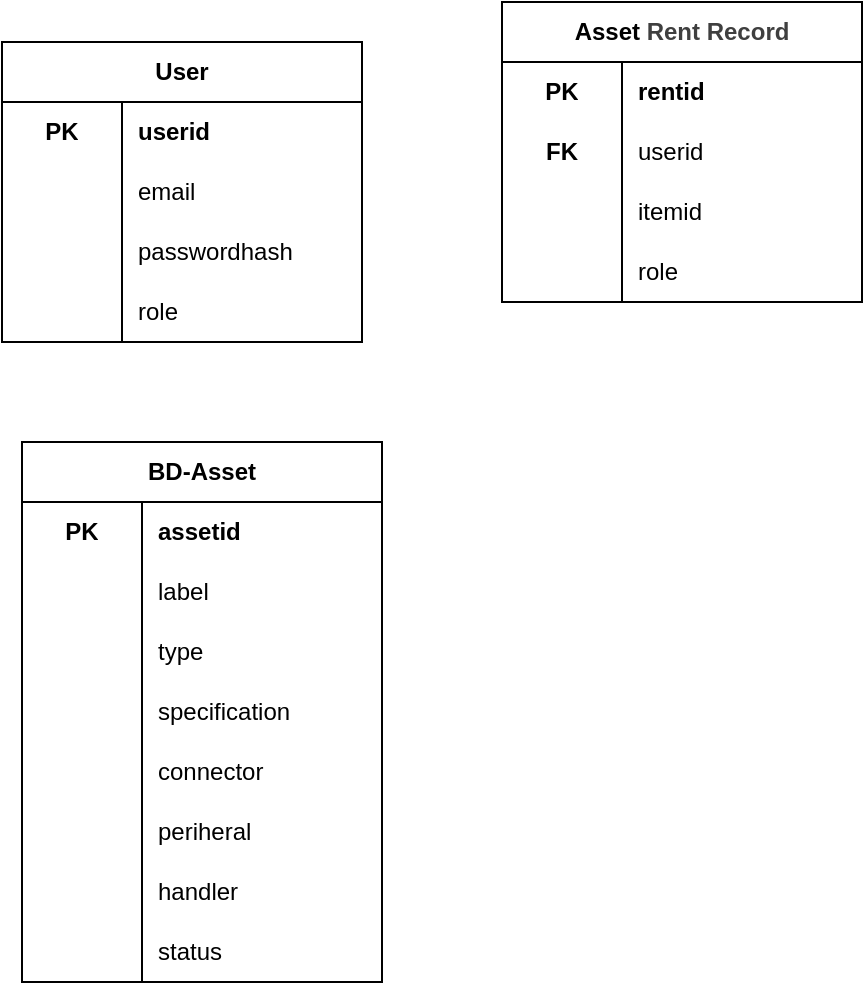
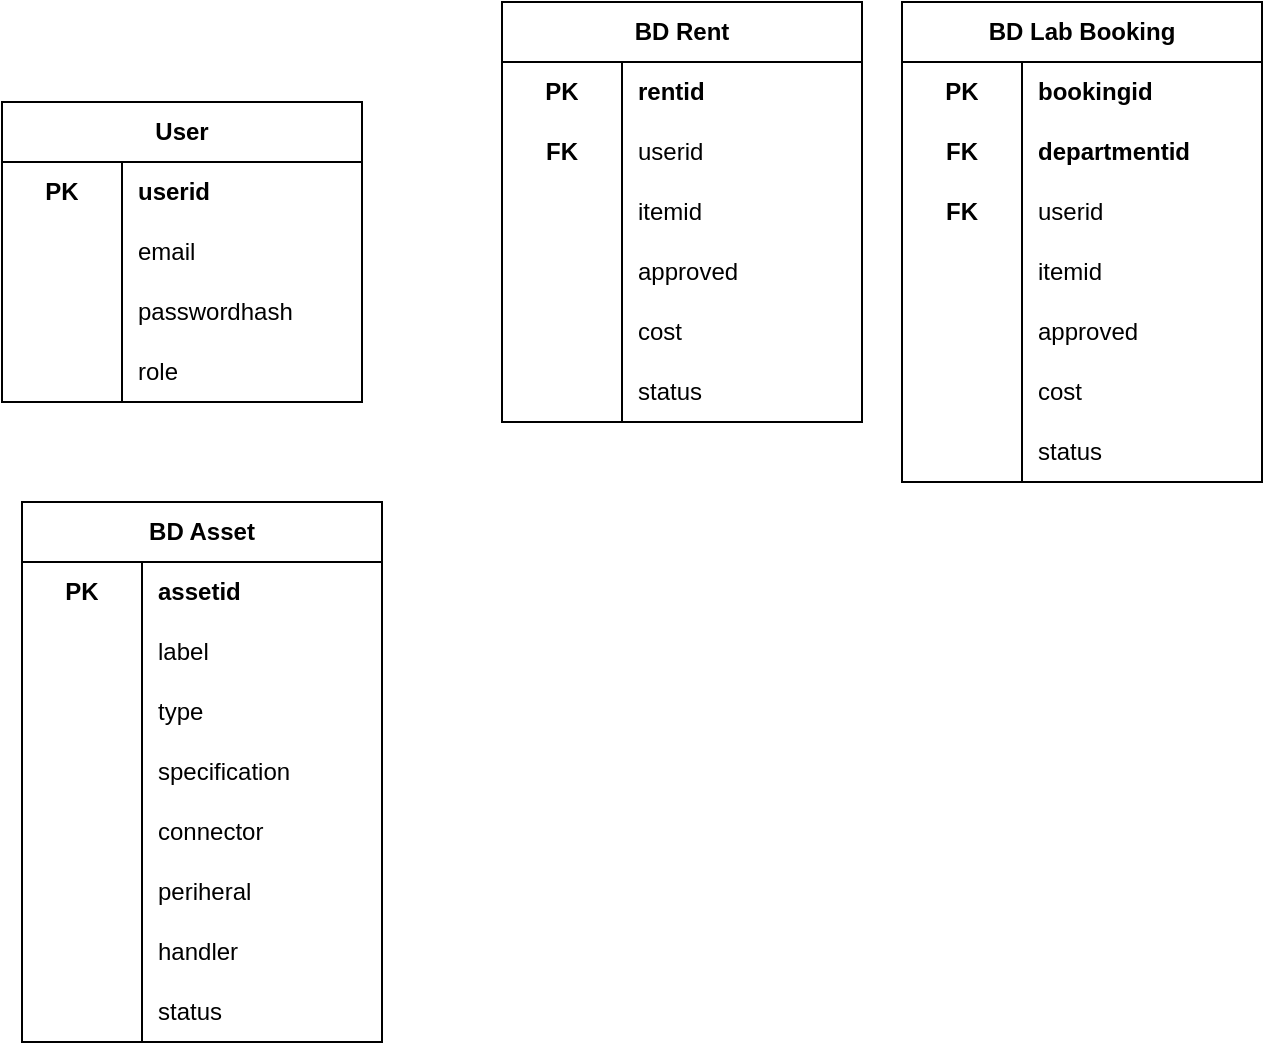
<mxfile host="65bd71144e">
    <diagram id="99jGwjI2mK34O7oxaWJw" name="Page-1">
        <mxGraphModel dx="722" dy="547" grid="1" gridSize="10" guides="1" tooltips="1" connect="1" arrows="1" fold="1" page="1" pageScale="1" pageWidth="827" pageHeight="1169" math="0" shadow="0">
            <root>
                <mxCell id="0"/>
                <mxCell id="1" parent="0"/>
                <mxCell id="18" value="User" style="shape=table;startSize=30;container=1;collapsible=1;childLayout=tableLayout;fixedRows=1;rowLines=0;fontStyle=1;align=center;resizeLast=1;html=1;whiteSpace=wrap;" parent="1" vertex="1">
                    <mxGeometry x="120" y="200" width="180" height="150" as="geometry"/>
                </mxCell>
                <mxCell id="19" value="" style="shape=tableRow;horizontal=0;startSize=0;swimlaneHead=0;swimlaneBody=0;fillColor=none;collapsible=0;dropTarget=0;points=[[0,0.5],[1,0.5]];portConstraint=eastwest;top=0;left=0;right=0;bottom=0;html=1;labelBackgroundColor=none;labelBorderColor=none;swimlaneFillColor=none;" parent="18" vertex="1">
                    <mxGeometry y="30" width="180" height="30" as="geometry"/>
                </mxCell>
                <mxCell id="20" value="PK" style="shape=partialRectangle;connectable=0;fillColor=none;top=0;left=0;bottom=0;right=0;fontStyle=1;overflow=hidden;html=1;whiteSpace=wrap;labelBackgroundColor=none;labelBorderColor=none;swimlaneFillColor=none;" parent="19" vertex="1">
                    <mxGeometry width="60" height="30" as="geometry">
                        <mxRectangle width="60" height="30" as="alternateBounds"/>
                    </mxGeometry>
                </mxCell>
                <mxCell id="21" value="userid" style="shape=partialRectangle;connectable=0;fillColor=none;top=0;left=0;bottom=0;right=0;align=left;spacingLeft=6;fontStyle=1;overflow=hidden;html=1;whiteSpace=wrap;labelBackgroundColor=none;labelBorderColor=none;swimlaneFillColor=none;" parent="19" vertex="1">
                    <mxGeometry x="60" width="120" height="30" as="geometry">
                        <mxRectangle width="120" height="30" as="alternateBounds"/>
                    </mxGeometry>
                </mxCell>
                <mxCell id="22" value="" style="shape=tableRow;horizontal=0;startSize=0;swimlaneHead=0;swimlaneBody=0;fillColor=none;collapsible=0;dropTarget=0;points=[[0,0.5],[1,0.5]];portConstraint=eastwest;top=0;left=0;right=0;bottom=0;html=1;labelBackgroundColor=none;labelBorderColor=none;swimlaneFillColor=none;" parent="18" vertex="1">
                    <mxGeometry y="60" width="180" height="30" as="geometry"/>
                </mxCell>
                <mxCell id="23" value="" style="shape=partialRectangle;connectable=0;fillColor=none;top=0;left=0;bottom=0;right=0;fontStyle=1;overflow=hidden;html=1;whiteSpace=wrap;strokeWidth=1;shadow=0;strokeColor=default;perimeterSpacing=0;labelBackgroundColor=none;labelBorderColor=none;swimlaneFillColor=none;" parent="22" vertex="1">
                    <mxGeometry width="60" height="30" as="geometry">
                        <mxRectangle width="60" height="30" as="alternateBounds"/>
                    </mxGeometry>
                </mxCell>
                <mxCell id="24" value="email" style="shape=partialRectangle;connectable=0;fillColor=none;top=0;left=0;bottom=0;right=0;align=left;spacingLeft=6;fontStyle=0;overflow=hidden;html=1;whiteSpace=wrap;strokeWidth=1;shadow=0;perimeterSpacing=0;labelBackgroundColor=none;labelBorderColor=none;swimlaneFillColor=none;" parent="22" vertex="1">
                    <mxGeometry x="60" width="120" height="30" as="geometry">
                        <mxRectangle width="120" height="30" as="alternateBounds"/>
                    </mxGeometry>
                </mxCell>
                <mxCell id="25" value="" style="shape=tableRow;horizontal=0;startSize=0;swimlaneHead=0;swimlaneBody=0;fillColor=none;collapsible=0;dropTarget=0;points=[[0,0.5],[1,0.5]];portConstraint=eastwest;top=0;left=0;right=0;bottom=0;html=1;labelBackgroundColor=none;labelBorderColor=none;swimlaneFillColor=none;" parent="18" vertex="1">
                    <mxGeometry y="90" width="180" height="30" as="geometry"/>
                </mxCell>
                <mxCell id="26" value="" style="shape=partialRectangle;connectable=0;fillColor=none;top=0;left=0;bottom=0;right=0;editable=1;overflow=hidden;html=1;whiteSpace=wrap;labelBackgroundColor=none;labelBorderColor=none;swimlaneFillColor=none;" parent="25" vertex="1">
                    <mxGeometry width="60" height="30" as="geometry">
                        <mxRectangle width="60" height="30" as="alternateBounds"/>
                    </mxGeometry>
                </mxCell>
                <mxCell id="27" value="passwordhash" style="shape=partialRectangle;connectable=0;fillColor=none;top=0;left=0;bottom=0;right=0;align=left;spacingLeft=6;overflow=hidden;html=1;whiteSpace=wrap;labelBackgroundColor=none;labelBorderColor=none;swimlaneFillColor=none;" parent="25" vertex="1">
                    <mxGeometry x="60" width="120" height="30" as="geometry">
                        <mxRectangle width="120" height="30" as="alternateBounds"/>
                    </mxGeometry>
                </mxCell>
                <mxCell id="28" value="" style="shape=tableRow;horizontal=0;startSize=0;swimlaneHead=0;swimlaneBody=0;fillColor=none;collapsible=0;dropTarget=0;points=[[0,0.5],[1,0.5]];portConstraint=eastwest;top=0;left=0;right=0;bottom=0;html=1;labelBackgroundColor=none;labelBorderColor=none;swimlaneFillColor=none;" parent="18" vertex="1">
                    <mxGeometry y="120" width="180" height="30" as="geometry"/>
                </mxCell>
                <mxCell id="29" value="" style="shape=partialRectangle;connectable=0;fillColor=none;top=0;left=0;bottom=0;right=0;editable=1;overflow=hidden;html=1;whiteSpace=wrap;labelBackgroundColor=none;labelBorderColor=none;swimlaneFillColor=none;" parent="28" vertex="1">
                    <mxGeometry width="60" height="30" as="geometry">
                        <mxRectangle width="60" height="30" as="alternateBounds"/>
                    </mxGeometry>
                </mxCell>
                <mxCell id="30" value="role" style="shape=partialRectangle;connectable=0;fillColor=none;top=0;left=0;bottom=0;right=0;align=left;spacingLeft=6;overflow=hidden;html=1;whiteSpace=wrap;labelBackgroundColor=none;labelBorderColor=none;swimlaneFillColor=none;" parent="28" vertex="1">
                    <mxGeometry x="60" width="120" height="30" as="geometry">
                        <mxRectangle width="120" height="30" as="alternateBounds"/>
                    </mxGeometry>
                </mxCell>
-                 <mxCell id="34" value="BD-Asset" style="shape=table;startSize=30;container=1;collapsible=1;childLayout=tableLayout;fixedRows=1;rowLines=0;fontStyle=1;align=center;resizeLast=1;html=1;whiteSpace=wrap;" parent="1" vertex="1">
+                 <mxCell id="34" value="BD Asset" style="shape=table;startSize=30;container=1;collapsible=1;childLayout=tableLayout;fixedRows=1;rowLines=0;fontStyle=1;align=center;resizeLast=1;html=1;whiteSpace=wrap;" parent="1" vertex="1">
                    <mxGeometry x="130" y="400" width="180" height="270" as="geometry"/>
                </mxCell>
                <mxCell id="35" value="" style="shape=tableRow;horizontal=0;startSize=0;swimlaneHead=0;swimlaneBody=0;fillColor=none;collapsible=0;dropTarget=0;points=[[0,0.5],[1,0.5]];portConstraint=eastwest;top=0;left=0;right=0;bottom=0;html=1;labelBackgroundColor=none;labelBorderColor=none;swimlaneFillColor=none;" parent="34" vertex="1">
                    <mxGeometry y="30" width="180" height="30" as="geometry"/>
                </mxCell>
                <mxCell id="36" value="PK" style="shape=partialRectangle;connectable=0;fillColor=none;top=0;left=0;bottom=0;right=0;fontStyle=1;overflow=hidden;html=1;whiteSpace=wrap;labelBackgroundColor=none;labelBorderColor=none;swimlaneFillColor=none;" parent="35" vertex="1">
                    <mxGeometry width="60" height="30" as="geometry">
                        <mxRectangle width="60" height="30" as="alternateBounds"/>
                    </mxGeometry>
                </mxCell>
                <mxCell id="37" value="assetid" style="shape=partialRectangle;connectable=0;fillColor=none;top=0;left=0;bottom=0;right=0;align=left;spacingLeft=6;fontStyle=1;overflow=hidden;html=1;whiteSpace=wrap;labelBackgroundColor=none;labelBorderColor=none;swimlaneFillColor=none;" parent="35" vertex="1">
                    <mxGeometry x="60" width="120" height="30" as="geometry">
                        <mxRectangle width="120" height="30" as="alternateBounds"/>
                    </mxGeometry>
                </mxCell>
                <mxCell id="38" value="" style="shape=tableRow;horizontal=0;startSize=0;swimlaneHead=0;swimlaneBody=0;fillColor=none;collapsible=0;dropTarget=0;points=[[0,0.5],[1,0.5]];portConstraint=eastwest;top=0;left=0;right=0;bottom=0;html=1;labelBackgroundColor=none;labelBorderColor=none;swimlaneFillColor=none;" parent="34" vertex="1">
                    <mxGeometry y="60" width="180" height="30" as="geometry"/>
                </mxCell>
                <mxCell id="39" value="" style="shape=partialRectangle;connectable=0;fillColor=none;top=0;left=0;bottom=0;right=0;fontStyle=1;overflow=hidden;html=1;whiteSpace=wrap;strokeWidth=1;shadow=0;strokeColor=default;perimeterSpacing=0;labelBackgroundColor=none;labelBorderColor=none;swimlaneFillColor=none;" parent="38" vertex="1">
                    <mxGeometry width="60" height="30" as="geometry">
                        <mxRectangle width="60" height="30" as="alternateBounds"/>
                    </mxGeometry>
                </mxCell>
                <mxCell id="40" value="label" style="shape=partialRectangle;connectable=0;fillColor=none;top=0;left=0;bottom=0;right=0;align=left;spacingLeft=6;fontStyle=0;overflow=hidden;html=1;whiteSpace=wrap;strokeWidth=1;shadow=0;perimeterSpacing=0;labelBackgroundColor=none;labelBorderColor=none;swimlaneFillColor=none;" parent="38" vertex="1">
                    <mxGeometry x="60" width="120" height="30" as="geometry">
                        <mxRectangle width="120" height="30" as="alternateBounds"/>
                    </mxGeometry>
                </mxCell>
                <mxCell id="66" value="" style="shape=tableRow;horizontal=0;startSize=0;swimlaneHead=0;swimlaneBody=0;fillColor=none;collapsible=0;dropTarget=0;points=[[0,0.5],[1,0.5]];portConstraint=eastwest;top=0;left=0;right=0;bottom=0;html=1;labelBackgroundColor=none;labelBorderColor=none;swimlaneFillColor=none;" parent="34" vertex="1">
                    <mxGeometry y="90" width="180" height="30" as="geometry"/>
                </mxCell>
                <mxCell id="67" value="" style="shape=partialRectangle;connectable=0;fillColor=none;top=0;left=0;bottom=0;right=0;fontStyle=1;overflow=hidden;html=1;whiteSpace=wrap;strokeWidth=1;shadow=0;strokeColor=default;perimeterSpacing=0;labelBackgroundColor=none;labelBorderColor=none;swimlaneFillColor=none;" parent="66" vertex="1">
                    <mxGeometry width="60" height="30" as="geometry">
                        <mxRectangle width="60" height="30" as="alternateBounds"/>
                    </mxGeometry>
                </mxCell>
                <mxCell id="68" value="type" style="shape=partialRectangle;connectable=0;fillColor=none;top=0;left=0;bottom=0;right=0;align=left;spacingLeft=6;fontStyle=0;overflow=hidden;html=1;whiteSpace=wrap;strokeWidth=1;shadow=0;perimeterSpacing=0;labelBackgroundColor=none;labelBorderColor=none;swimlaneFillColor=none;" parent="66" vertex="1">
                    <mxGeometry x="60" width="120" height="30" as="geometry">
                        <mxRectangle width="120" height="30" as="alternateBounds"/>
                    </mxGeometry>
                </mxCell>
                <mxCell id="63" value="" style="shape=tableRow;horizontal=0;startSize=0;swimlaneHead=0;swimlaneBody=0;fillColor=none;collapsible=0;dropTarget=0;points=[[0,0.5],[1,0.5]];portConstraint=eastwest;top=0;left=0;right=0;bottom=0;html=1;labelBackgroundColor=none;labelBorderColor=none;swimlaneFillColor=none;" parent="34" vertex="1">
                    <mxGeometry y="120" width="180" height="30" as="geometry"/>
                </mxCell>
                <mxCell id="64" value="" style="shape=partialRectangle;connectable=0;fillColor=none;top=0;left=0;bottom=0;right=0;fontStyle=1;overflow=hidden;html=1;whiteSpace=wrap;strokeWidth=1;shadow=0;strokeColor=default;perimeterSpacing=0;labelBackgroundColor=none;labelBorderColor=none;swimlaneFillColor=none;" parent="63" vertex="1">
                    <mxGeometry width="60" height="30" as="geometry">
                        <mxRectangle width="60" height="30" as="alternateBounds"/>
                    </mxGeometry>
                </mxCell>
                <mxCell id="65" value="specification" style="shape=partialRectangle;connectable=0;fillColor=none;top=0;left=0;bottom=0;right=0;align=left;spacingLeft=6;fontStyle=0;overflow=hidden;html=1;whiteSpace=wrap;strokeWidth=1;shadow=0;perimeterSpacing=0;labelBackgroundColor=none;labelBorderColor=none;swimlaneFillColor=none;" parent="63" vertex="1">
                    <mxGeometry x="60" width="120" height="30" as="geometry">
                        <mxRectangle width="120" height="30" as="alternateBounds"/>
                    </mxGeometry>
                </mxCell>
                <mxCell id="41" value="" style="shape=tableRow;horizontal=0;startSize=0;swimlaneHead=0;swimlaneBody=0;fillColor=none;collapsible=0;dropTarget=0;points=[[0,0.5],[1,0.5]];portConstraint=eastwest;top=0;left=0;right=0;bottom=0;html=1;labelBackgroundColor=none;labelBorderColor=none;swimlaneFillColor=none;" parent="34" vertex="1">
                    <mxGeometry y="150" width="180" height="30" as="geometry"/>
                </mxCell>
                <mxCell id="42" value="" style="shape=partialRectangle;connectable=0;fillColor=none;top=0;left=0;bottom=0;right=0;editable=1;overflow=hidden;html=1;whiteSpace=wrap;labelBackgroundColor=none;labelBorderColor=none;swimlaneFillColor=none;" parent="41" vertex="1">
                    <mxGeometry width="60" height="30" as="geometry">
                        <mxRectangle width="60" height="30" as="alternateBounds"/>
                    </mxGeometry>
                </mxCell>
                <mxCell id="43" value="connector" style="shape=partialRectangle;connectable=0;fillColor=none;top=0;left=0;bottom=0;right=0;align=left;spacingLeft=6;overflow=hidden;html=1;whiteSpace=wrap;labelBackgroundColor=none;labelBorderColor=none;swimlaneFillColor=none;" parent="41" vertex="1">
                    <mxGeometry x="60" width="120" height="30" as="geometry">
                        <mxRectangle width="120" height="30" as="alternateBounds"/>
                    </mxGeometry>
                </mxCell>
                <mxCell id="44" value="" style="shape=tableRow;horizontal=0;startSize=0;swimlaneHead=0;swimlaneBody=0;fillColor=none;collapsible=0;dropTarget=0;points=[[0,0.5],[1,0.5]];portConstraint=eastwest;top=0;left=0;right=0;bottom=0;html=1;labelBackgroundColor=none;labelBorderColor=none;swimlaneFillColor=none;" parent="34" vertex="1">
                    <mxGeometry y="180" width="180" height="30" as="geometry"/>
                </mxCell>
                <mxCell id="45" value="" style="shape=partialRectangle;connectable=0;fillColor=none;top=0;left=0;bottom=0;right=0;editable=1;overflow=hidden;html=1;whiteSpace=wrap;labelBackgroundColor=none;labelBorderColor=none;swimlaneFillColor=none;" parent="44" vertex="1">
                    <mxGeometry width="60" height="30" as="geometry">
                        <mxRectangle width="60" height="30" as="alternateBounds"/>
                    </mxGeometry>
                </mxCell>
                <mxCell id="46" value="periheral" style="shape=partialRectangle;connectable=0;fillColor=none;top=0;left=0;bottom=0;right=0;align=left;spacingLeft=6;overflow=hidden;html=1;whiteSpace=wrap;labelBackgroundColor=none;labelBorderColor=none;swimlaneFillColor=none;" parent="44" vertex="1">
                    <mxGeometry x="60" width="120" height="30" as="geometry">
                        <mxRectangle width="120" height="30" as="alternateBounds"/>
                    </mxGeometry>
                </mxCell>
                <mxCell id="60" value="" style="shape=tableRow;horizontal=0;startSize=0;swimlaneHead=0;swimlaneBody=0;fillColor=none;collapsible=0;dropTarget=0;points=[[0,0.5],[1,0.5]];portConstraint=eastwest;top=0;left=0;right=0;bottom=0;html=1;labelBackgroundColor=none;labelBorderColor=none;swimlaneFillColor=none;" parent="34" vertex="1">
                    <mxGeometry y="210" width="180" height="30" as="geometry"/>
                </mxCell>
                <mxCell id="61" value="" style="shape=partialRectangle;connectable=0;fillColor=none;top=0;left=0;bottom=0;right=0;editable=1;overflow=hidden;html=1;whiteSpace=wrap;labelBackgroundColor=none;labelBorderColor=none;swimlaneFillColor=none;" parent="60" vertex="1">
                    <mxGeometry width="60" height="30" as="geometry">
                        <mxRectangle width="60" height="30" as="alternateBounds"/>
                    </mxGeometry>
                </mxCell>
                <mxCell id="62" value="handler" style="shape=partialRectangle;connectable=0;fillColor=none;top=0;left=0;bottom=0;right=0;align=left;spacingLeft=6;overflow=hidden;html=1;whiteSpace=wrap;labelBackgroundColor=none;labelBorderColor=none;swimlaneFillColor=none;" parent="60" vertex="1">
                    <mxGeometry x="60" width="120" height="30" as="geometry">
                        <mxRectangle width="120" height="30" as="alternateBounds"/>
                    </mxGeometry>
                </mxCell>
                <mxCell id="69" value="" style="shape=tableRow;horizontal=0;startSize=0;swimlaneHead=0;swimlaneBody=0;fillColor=none;collapsible=0;dropTarget=0;points=[[0,0.5],[1,0.5]];portConstraint=eastwest;top=0;left=0;right=0;bottom=0;html=1;labelBackgroundColor=none;labelBorderColor=none;swimlaneFillColor=none;" parent="34" vertex="1">
                    <mxGeometry y="240" width="180" height="30" as="geometry"/>
                </mxCell>
                <mxCell id="70" value="" style="shape=partialRectangle;connectable=0;fillColor=none;top=0;left=0;bottom=0;right=0;editable=1;overflow=hidden;html=1;whiteSpace=wrap;labelBackgroundColor=none;labelBorderColor=none;swimlaneFillColor=none;" parent="69" vertex="1">
                    <mxGeometry width="60" height="30" as="geometry">
                        <mxRectangle width="60" height="30" as="alternateBounds"/>
                    </mxGeometry>
                </mxCell>
                <mxCell id="71" value="status" style="shape=partialRectangle;connectable=0;fillColor=none;top=0;left=0;bottom=0;right=0;align=left;spacingLeft=6;overflow=hidden;html=1;whiteSpace=wrap;labelBackgroundColor=none;labelBorderColor=none;swimlaneFillColor=none;" parent="69" vertex="1">
                    <mxGeometry x="60" width="120" height="30" as="geometry">
                        <mxRectangle width="120" height="30" as="alternateBounds"/>
                    </mxGeometry>
                </mxCell>
-                 <mxCell id="72" value="Asset&amp;nbsp;&lt;span style=&quot;color: rgb(63, 63, 63); background-color: transparent;&quot;&gt;Rent Record&lt;/span&gt;" style="shape=table;startSize=30;container=1;collapsible=1;childLayout=tableLayout;fixedRows=1;rowLines=0;fontStyle=1;align=center;resizeLast=1;html=1;whiteSpace=wrap;" parent="1" vertex="1">
-                     <mxGeometry x="370" y="180" width="180" height="150" as="geometry"/>
+                 <mxCell id="72" value="BD Rent" style="shape=table;startSize=30;container=1;collapsible=1;childLayout=tableLayout;fixedRows=1;rowLines=0;fontStyle=1;align=center;resizeLast=1;html=1;whiteSpace=wrap;" parent="1" vertex="1">
+                     <mxGeometry x="370" y="150" width="180" height="210" as="geometry"/>
                </mxCell>
                <mxCell id="73" value="" style="shape=tableRow;horizontal=0;startSize=0;swimlaneHead=0;swimlaneBody=0;fillColor=none;collapsible=0;dropTarget=0;points=[[0,0.5],[1,0.5]];portConstraint=eastwest;top=0;left=0;right=0;bottom=0;html=1;labelBackgroundColor=none;labelBorderColor=none;swimlaneFillColor=none;" parent="72" vertex="1">
                    <mxGeometry y="30" width="180" height="30" as="geometry"/>
                </mxCell>
                <mxCell id="74" value="PK" style="shape=partialRectangle;connectable=0;fillColor=none;top=0;left=0;bottom=0;right=0;fontStyle=1;overflow=hidden;html=1;whiteSpace=wrap;labelBackgroundColor=none;labelBorderColor=none;swimlaneFillColor=none;" parent="73" vertex="1">
                    <mxGeometry width="60" height="30" as="geometry">
                        <mxRectangle width="60" height="30" as="alternateBounds"/>
                    </mxGeometry>
                </mxCell>
                <mxCell id="75" value="rentid" style="shape=partialRectangle;connectable=0;fillColor=none;top=0;left=0;bottom=0;right=0;align=left;spacingLeft=6;fontStyle=1;overflow=hidden;html=1;whiteSpace=wrap;labelBackgroundColor=none;labelBorderColor=none;swimlaneFillColor=none;" parent="73" vertex="1">
                    <mxGeometry x="60" width="120" height="30" as="geometry">
                        <mxRectangle width="120" height="30" as="alternateBounds"/>
                    </mxGeometry>
                </mxCell>
                <mxCell id="76" value="" style="shape=tableRow;horizontal=0;startSize=0;swimlaneHead=0;swimlaneBody=0;fillColor=none;collapsible=0;dropTarget=0;points=[[0,0.5],[1,0.5]];portConstraint=eastwest;top=0;left=0;right=0;bottom=0;html=1;labelBackgroundColor=none;labelBorderColor=none;swimlaneFillColor=none;" parent="72" vertex="1">
                    <mxGeometry y="60" width="180" height="30" as="geometry"/>
                </mxCell>
                <mxCell id="77" value="FK" style="shape=partialRectangle;connectable=0;fillColor=none;top=0;left=0;bottom=0;right=0;fontStyle=1;overflow=hidden;html=1;whiteSpace=wrap;strokeWidth=1;shadow=0;strokeColor=default;perimeterSpacing=0;labelBackgroundColor=none;labelBorderColor=none;swimlaneFillColor=none;" parent="76" vertex="1">
                    <mxGeometry width="60" height="30" as="geometry">
                        <mxRectangle width="60" height="30" as="alternateBounds"/>
                    </mxGeometry>
                </mxCell>
                <mxCell id="78" value="userid" style="shape=partialRectangle;connectable=0;fillColor=none;top=0;left=0;bottom=0;right=0;align=left;spacingLeft=6;fontStyle=0;overflow=hidden;html=1;whiteSpace=wrap;strokeWidth=1;shadow=0;perimeterSpacing=0;labelBackgroundColor=none;labelBorderColor=none;swimlaneFillColor=none;" parent="76" vertex="1">
                    <mxGeometry x="60" width="120" height="30" as="geometry">
                        <mxRectangle width="120" height="30" as="alternateBounds"/>
                    </mxGeometry>
                </mxCell>
                <mxCell id="79" value="" style="shape=tableRow;horizontal=0;startSize=0;swimlaneHead=0;swimlaneBody=0;fillColor=none;collapsible=0;dropTarget=0;points=[[0,0.5],[1,0.5]];portConstraint=eastwest;top=0;left=0;right=0;bottom=0;html=1;labelBackgroundColor=none;labelBorderColor=none;swimlaneFillColor=none;" parent="72" vertex="1">
                    <mxGeometry y="90" width="180" height="30" as="geometry"/>
                </mxCell>
                <mxCell id="80" value="" style="shape=partialRectangle;connectable=0;fillColor=none;top=0;left=0;bottom=0;right=0;editable=1;overflow=hidden;html=1;whiteSpace=wrap;labelBackgroundColor=none;labelBorderColor=none;swimlaneFillColor=none;" parent="79" vertex="1">
                    <mxGeometry width="60" height="30" as="geometry">
                        <mxRectangle width="60" height="30" as="alternateBounds"/>
                    </mxGeometry>
                </mxCell>
                <mxCell id="81" value="itemid" style="shape=partialRectangle;connectable=0;fillColor=none;top=0;left=0;bottom=0;right=0;align=left;spacingLeft=6;overflow=hidden;html=1;whiteSpace=wrap;labelBackgroundColor=none;labelBorderColor=none;swimlaneFillColor=none;" parent="79" vertex="1">
                    <mxGeometry x="60" width="120" height="30" as="geometry">
                        <mxRectangle width="120" height="30" as="alternateBounds"/>
                    </mxGeometry>
                </mxCell>
                <mxCell id="82" value="" style="shape=tableRow;horizontal=0;startSize=0;swimlaneHead=0;swimlaneBody=0;fillColor=none;collapsible=0;dropTarget=0;points=[[0,0.5],[1,0.5]];portConstraint=eastwest;top=0;left=0;right=0;bottom=0;html=1;labelBackgroundColor=none;labelBorderColor=none;swimlaneFillColor=none;" parent="72" vertex="1">
                    <mxGeometry y="120" width="180" height="30" as="geometry"/>
                </mxCell>
                <mxCell id="83" value="" style="shape=partialRectangle;connectable=0;fillColor=none;top=0;left=0;bottom=0;right=0;editable=1;overflow=hidden;html=1;whiteSpace=wrap;labelBackgroundColor=none;labelBorderColor=none;swimlaneFillColor=none;" parent="82" vertex="1">
                    <mxGeometry width="60" height="30" as="geometry">
                        <mxRectangle width="60" height="30" as="alternateBounds"/>
                    </mxGeometry>
                </mxCell>
-                 <mxCell id="84" value="role" style="shape=partialRectangle;connectable=0;fillColor=none;top=0;left=0;bottom=0;right=0;align=left;spacingLeft=6;overflow=hidden;html=1;whiteSpace=wrap;labelBackgroundColor=none;labelBorderColor=none;swimlaneFillColor=none;" parent="82" vertex="1">
+                 <mxCell id="84" value="approved" style="shape=partialRectangle;connectable=0;fillColor=none;top=0;left=0;bottom=0;right=0;align=left;spacingLeft=6;overflow=hidden;html=1;whiteSpace=wrap;labelBackgroundColor=none;labelBorderColor=none;swimlaneFillColor=none;" parent="82" vertex="1">
+                     <mxGeometry x="60" width="120" height="30" as="geometry">
+                         <mxRectangle width="120" height="30" as="alternateBounds"/>
+                     </mxGeometry>
+                 </mxCell>
+                 <mxCell id="88" value="" style="shape=tableRow;horizontal=0;startSize=0;swimlaneHead=0;swimlaneBody=0;fillColor=none;collapsible=0;dropTarget=0;points=[[0,0.5],[1,0.5]];portConstraint=eastwest;top=0;left=0;right=0;bottom=0;html=1;labelBackgroundColor=none;labelBorderColor=none;swimlaneFillColor=none;" vertex="1" parent="72">
+                     <mxGeometry y="150" width="180" height="30" as="geometry"/>
+                 </mxCell>
+                 <mxCell id="89" value="" style="shape=partialRectangle;connectable=0;fillColor=none;top=0;left=0;bottom=0;right=0;editable=1;overflow=hidden;html=1;whiteSpace=wrap;labelBackgroundColor=none;labelBorderColor=none;swimlaneFillColor=none;" vertex="1" parent="88">
+                     <mxGeometry width="60" height="30" as="geometry">
+                         <mxRectangle width="60" height="30" as="alternateBounds"/>
+                     </mxGeometry>
+                 </mxCell>
+                 <mxCell id="90" value="cost" style="shape=partialRectangle;connectable=0;fillColor=none;top=0;left=0;bottom=0;right=0;align=left;spacingLeft=6;overflow=hidden;html=1;whiteSpace=wrap;labelBackgroundColor=none;labelBorderColor=none;swimlaneFillColor=none;" vertex="1" parent="88">
+                     <mxGeometry x="60" width="120" height="30" as="geometry">
+                         <mxRectangle width="120" height="30" as="alternateBounds"/>
+                     </mxGeometry>
+                 </mxCell>
+                 <mxCell id="85" value="" style="shape=tableRow;horizontal=0;startSize=0;swimlaneHead=0;swimlaneBody=0;fillColor=none;collapsible=0;dropTarget=0;points=[[0,0.5],[1,0.5]];portConstraint=eastwest;top=0;left=0;right=0;bottom=0;html=1;labelBackgroundColor=none;labelBorderColor=none;swimlaneFillColor=none;" vertex="1" parent="72">
+                     <mxGeometry y="180" width="180" height="30" as="geometry"/>
+                 </mxCell>
+                 <mxCell id="86" value="" style="shape=partialRectangle;connectable=0;fillColor=none;top=0;left=0;bottom=0;right=0;editable=1;overflow=hidden;html=1;whiteSpace=wrap;labelBackgroundColor=none;labelBorderColor=none;swimlaneFillColor=none;" vertex="1" parent="85">
+                     <mxGeometry width="60" height="30" as="geometry">
+                         <mxRectangle width="60" height="30" as="alternateBounds"/>
+                     </mxGeometry>
+                 </mxCell>
+                 <mxCell id="87" value="status" style="shape=partialRectangle;connectable=0;fillColor=none;top=0;left=0;bottom=0;right=0;align=left;spacingLeft=6;overflow=hidden;html=1;whiteSpace=wrap;labelBackgroundColor=none;labelBorderColor=none;swimlaneFillColor=none;" vertex="1" parent="85">
+                     <mxGeometry x="60" width="120" height="30" as="geometry">
+                         <mxRectangle width="120" height="30" as="alternateBounds"/>
+                     </mxGeometry>
+                 </mxCell>
+                 <mxCell id="97" value="BD Lab Booking" style="shape=table;startSize=30;container=1;collapsible=1;childLayout=tableLayout;fixedRows=1;rowLines=0;fontStyle=1;align=center;resizeLast=1;html=1;whiteSpace=wrap;" vertex="1" parent="1">
+                     <mxGeometry x="570" y="150" width="180" height="240" as="geometry"/>
+                 </mxCell>
+                 <mxCell id="98" value="" style="shape=tableRow;horizontal=0;startSize=0;swimlaneHead=0;swimlaneBody=0;fillColor=none;collapsible=0;dropTarget=0;points=[[0,0.5],[1,0.5]];portConstraint=eastwest;top=0;left=0;right=0;bottom=0;html=1;labelBackgroundColor=none;labelBorderColor=none;swimlaneFillColor=none;" vertex="1" parent="97">
+                     <mxGeometry y="30" width="180" height="30" as="geometry"/>
+                 </mxCell>
+                 <mxCell id="99" value="PK" style="shape=partialRectangle;connectable=0;fillColor=none;top=0;left=0;bottom=0;right=0;fontStyle=1;overflow=hidden;html=1;whiteSpace=wrap;labelBackgroundColor=none;labelBorderColor=none;swimlaneFillColor=none;" vertex="1" parent="98">
+                     <mxGeometry width="60" height="30" as="geometry">
+                         <mxRectangle width="60" height="30" as="alternateBounds"/>
+                     </mxGeometry>
+                 </mxCell>
+                 <mxCell id="100" value="bookingid" style="shape=partialRectangle;connectable=0;fillColor=none;top=0;left=0;bottom=0;right=0;align=left;spacingLeft=6;fontStyle=1;overflow=hidden;html=1;whiteSpace=wrap;labelBackgroundColor=none;labelBorderColor=none;swimlaneFillColor=none;" vertex="1" parent="98">
+                     <mxGeometry x="60" width="120" height="30" as="geometry">
+                         <mxRectangle width="120" height="30" as="alternateBounds"/>
+                     </mxGeometry>
+                 </mxCell>
+                 <mxCell id="101" value="" style="shape=tableRow;horizontal=0;startSize=0;swimlaneHead=0;swimlaneBody=0;fillColor=none;collapsible=0;dropTarget=0;points=[[0,0.5],[1,0.5]];portConstraint=eastwest;top=0;left=0;right=0;bottom=0;html=1;labelBackgroundColor=none;labelBorderColor=none;swimlaneFillColor=none;" vertex="1" parent="97">
+                     <mxGeometry y="60" width="180" height="30" as="geometry"/>
+                 </mxCell>
+                 <mxCell id="102" value="FK" style="shape=partialRectangle;connectable=0;fillColor=none;top=0;left=0;bottom=0;right=0;fontStyle=1;overflow=hidden;html=1;whiteSpace=wrap;labelBackgroundColor=none;labelBorderColor=none;swimlaneFillColor=none;" vertex="1" parent="101">
+                     <mxGeometry width="60" height="30" as="geometry">
+                         <mxRectangle width="60" height="30" as="alternateBounds"/>
+                     </mxGeometry>
+                 </mxCell>
+                 <mxCell id="103" value="departmentid" style="shape=partialRectangle;connectable=0;fillColor=none;top=0;left=0;bottom=0;right=0;align=left;spacingLeft=6;fontStyle=1;overflow=hidden;html=1;whiteSpace=wrap;labelBackgroundColor=none;labelBorderColor=none;swimlaneFillColor=none;" vertex="1" parent="101">
+                     <mxGeometry x="60" width="120" height="30" as="geometry">
+                         <mxRectangle width="120" height="30" as="alternateBounds"/>
+                     </mxGeometry>
+                 </mxCell>
+                 <mxCell id="104" value="" style="shape=tableRow;horizontal=0;startSize=0;swimlaneHead=0;swimlaneBody=0;fillColor=none;collapsible=0;dropTarget=0;points=[[0,0.5],[1,0.5]];portConstraint=eastwest;top=0;left=0;right=0;bottom=0;html=1;labelBackgroundColor=none;labelBorderColor=none;swimlaneFillColor=none;" vertex="1" parent="97">
+                     <mxGeometry y="90" width="180" height="30" as="geometry"/>
+                 </mxCell>
+                 <mxCell id="105" value="FK" style="shape=partialRectangle;connectable=0;fillColor=none;top=0;left=0;bottom=0;right=0;fontStyle=1;overflow=hidden;html=1;whiteSpace=wrap;strokeWidth=1;shadow=0;strokeColor=default;perimeterSpacing=0;labelBackgroundColor=none;labelBorderColor=none;swimlaneFillColor=none;" vertex="1" parent="104">
+                     <mxGeometry width="60" height="30" as="geometry">
+                         <mxRectangle width="60" height="30" as="alternateBounds"/>
+                     </mxGeometry>
+                 </mxCell>
+                 <mxCell id="106" value="userid" style="shape=partialRectangle;connectable=0;fillColor=none;top=0;left=0;bottom=0;right=0;align=left;spacingLeft=6;fontStyle=0;overflow=hidden;html=1;whiteSpace=wrap;strokeWidth=1;shadow=0;perimeterSpacing=0;labelBackgroundColor=none;labelBorderColor=none;swimlaneFillColor=none;" vertex="1" parent="104">
+                     <mxGeometry x="60" width="120" height="30" as="geometry">
+                         <mxRectangle width="120" height="30" as="alternateBounds"/>
+                     </mxGeometry>
+                 </mxCell>
+                 <mxCell id="107" value="" style="shape=tableRow;horizontal=0;startSize=0;swimlaneHead=0;swimlaneBody=0;fillColor=none;collapsible=0;dropTarget=0;points=[[0,0.5],[1,0.5]];portConstraint=eastwest;top=0;left=0;right=0;bottom=0;html=1;labelBackgroundColor=none;labelBorderColor=none;swimlaneFillColor=none;" vertex="1" parent="97">
+                     <mxGeometry y="120" width="180" height="30" as="geometry"/>
+                 </mxCell>
+                 <mxCell id="108" value="" style="shape=partialRectangle;connectable=0;fillColor=none;top=0;left=0;bottom=0;right=0;editable=1;overflow=hidden;html=1;whiteSpace=wrap;labelBackgroundColor=none;labelBorderColor=none;swimlaneFillColor=none;" vertex="1" parent="107">
+                     <mxGeometry width="60" height="30" as="geometry">
+                         <mxRectangle width="60" height="30" as="alternateBounds"/>
+                     </mxGeometry>
+                 </mxCell>
+                 <mxCell id="109" value="itemid" style="shape=partialRectangle;connectable=0;fillColor=none;top=0;left=0;bottom=0;right=0;align=left;spacingLeft=6;overflow=hidden;html=1;whiteSpace=wrap;labelBackgroundColor=none;labelBorderColor=none;swimlaneFillColor=none;" vertex="1" parent="107">
+                     <mxGeometry x="60" width="120" height="30" as="geometry">
+                         <mxRectangle width="120" height="30" as="alternateBounds"/>
+                     </mxGeometry>
+                 </mxCell>
+                 <mxCell id="110" value="" style="shape=tableRow;horizontal=0;startSize=0;swimlaneHead=0;swimlaneBody=0;fillColor=none;collapsible=0;dropTarget=0;points=[[0,0.5],[1,0.5]];portConstraint=eastwest;top=0;left=0;right=0;bottom=0;html=1;labelBackgroundColor=none;labelBorderColor=none;swimlaneFillColor=none;" vertex="1" parent="97">
+                     <mxGeometry y="150" width="180" height="30" as="geometry"/>
+                 </mxCell>
+                 <mxCell id="111" value="" style="shape=partialRectangle;connectable=0;fillColor=none;top=0;left=0;bottom=0;right=0;editable=1;overflow=hidden;html=1;whiteSpace=wrap;labelBackgroundColor=none;labelBorderColor=none;swimlaneFillColor=none;" vertex="1" parent="110">
+                     <mxGeometry width="60" height="30" as="geometry">
+                         <mxRectangle width="60" height="30" as="alternateBounds"/>
+                     </mxGeometry>
+                 </mxCell>
+                 <mxCell id="112" value="approved" style="shape=partialRectangle;connectable=0;fillColor=none;top=0;left=0;bottom=0;right=0;align=left;spacingLeft=6;overflow=hidden;html=1;whiteSpace=wrap;labelBackgroundColor=none;labelBorderColor=none;swimlaneFillColor=none;" vertex="1" parent="110">
+                     <mxGeometry x="60" width="120" height="30" as="geometry">
+                         <mxRectangle width="120" height="30" as="alternateBounds"/>
+                     </mxGeometry>
+                 </mxCell>
+                 <mxCell id="113" value="" style="shape=tableRow;horizontal=0;startSize=0;swimlaneHead=0;swimlaneBody=0;fillColor=none;collapsible=0;dropTarget=0;points=[[0,0.5],[1,0.5]];portConstraint=eastwest;top=0;left=0;right=0;bottom=0;html=1;labelBackgroundColor=none;labelBorderColor=none;swimlaneFillColor=none;" vertex="1" parent="97">
+                     <mxGeometry y="180" width="180" height="30" as="geometry"/>
+                 </mxCell>
+                 <mxCell id="114" value="" style="shape=partialRectangle;connectable=0;fillColor=none;top=0;left=0;bottom=0;right=0;editable=1;overflow=hidden;html=1;whiteSpace=wrap;labelBackgroundColor=none;labelBorderColor=none;swimlaneFillColor=none;" vertex="1" parent="113">
+                     <mxGeometry width="60" height="30" as="geometry">
+                         <mxRectangle width="60" height="30" as="alternateBounds"/>
+                     </mxGeometry>
+                 </mxCell>
+                 <mxCell id="115" value="cost" style="shape=partialRectangle;connectable=0;fillColor=none;top=0;left=0;bottom=0;right=0;align=left;spacingLeft=6;overflow=hidden;html=1;whiteSpace=wrap;labelBackgroundColor=none;labelBorderColor=none;swimlaneFillColor=none;" vertex="1" parent="113">
+                     <mxGeometry x="60" width="120" height="30" as="geometry">
+                         <mxRectangle width="120" height="30" as="alternateBounds"/>
+                     </mxGeometry>
+                 </mxCell>
+                 <mxCell id="116" value="" style="shape=tableRow;horizontal=0;startSize=0;swimlaneHead=0;swimlaneBody=0;fillColor=none;collapsible=0;dropTarget=0;points=[[0,0.5],[1,0.5]];portConstraint=eastwest;top=0;left=0;right=0;bottom=0;html=1;labelBackgroundColor=none;labelBorderColor=none;swimlaneFillColor=none;" vertex="1" parent="97">
+                     <mxGeometry y="210" width="180" height="30" as="geometry"/>
+                 </mxCell>
+                 <mxCell id="117" value="" style="shape=partialRectangle;connectable=0;fillColor=none;top=0;left=0;bottom=0;right=0;editable=1;overflow=hidden;html=1;whiteSpace=wrap;labelBackgroundColor=none;labelBorderColor=none;swimlaneFillColor=none;" vertex="1" parent="116">
+                     <mxGeometry width="60" height="30" as="geometry">
+                         <mxRectangle width="60" height="30" as="alternateBounds"/>
+                     </mxGeometry>
+                 </mxCell>
+                 <mxCell id="118" value="status" style="shape=partialRectangle;connectable=0;fillColor=none;top=0;left=0;bottom=0;right=0;align=left;spacingLeft=6;overflow=hidden;html=1;whiteSpace=wrap;labelBackgroundColor=none;labelBorderColor=none;swimlaneFillColor=none;" vertex="1" parent="116">
                    <mxGeometry x="60" width="120" height="30" as="geometry">
                        <mxRectangle width="120" height="30" as="alternateBounds"/>
                    </mxGeometry>
                </mxCell>
            </root>
        </mxGraphModel>
    </diagram>
</mxfile>